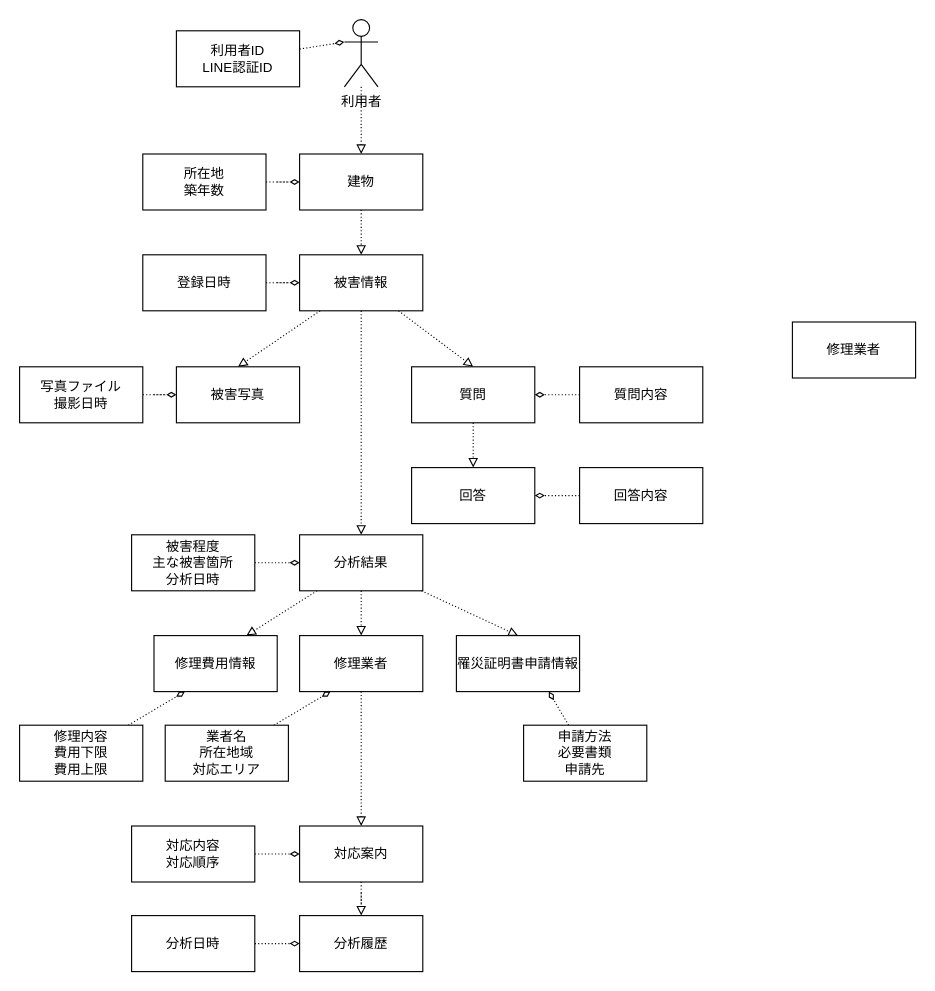
Kotarou-Tanoue/tanouesoftware keeps this draw.io diagram as page "ドメイン仮２" (2 of 2) of 20_システム設計書/地震ドメイン.drawio. Above is the earlier version. Source tidied: cells renumbered, new cells numbered last; positions are measured from the earlier drawing's top-left corner, leaving out a move shared by most shapes. Both pictures are drawn from the tidied source at 112%, with x=0, y=0 at pixel (19, 19).
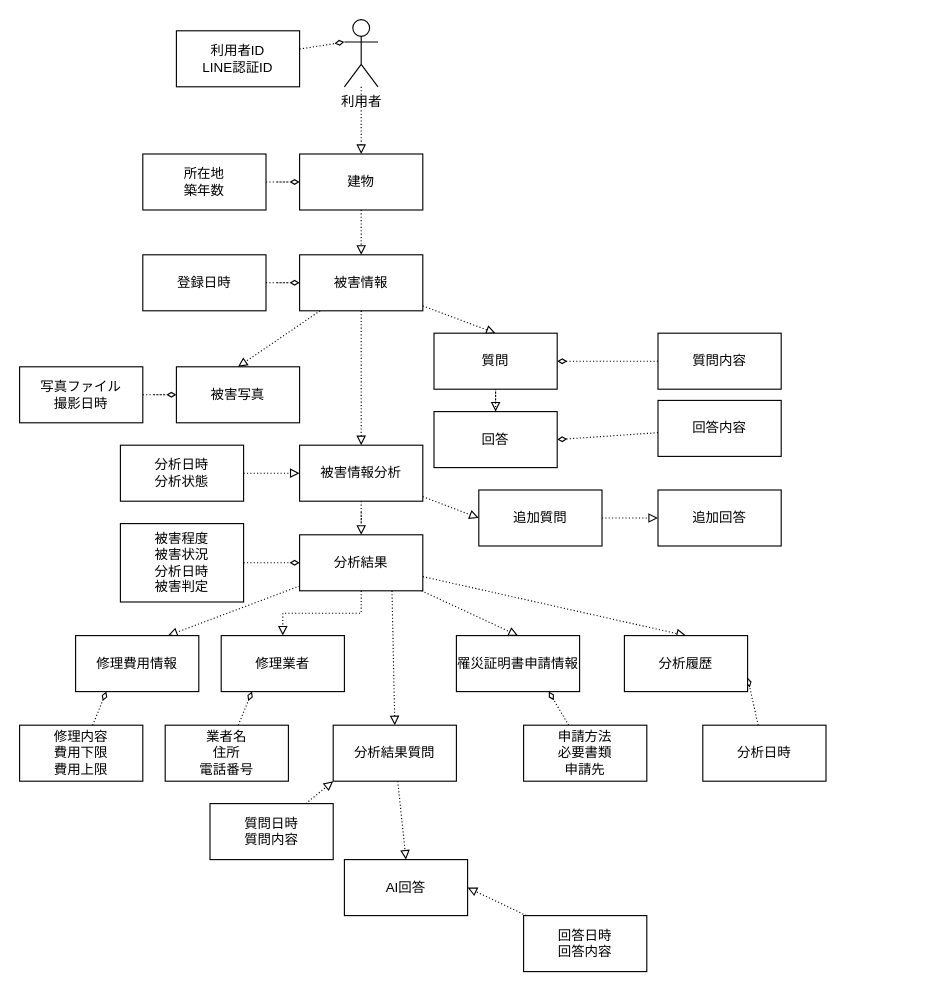
After the change.

Unchanged cells that the change refers to:
```xml
<mxCell id="5" value="被害情報" style="html=1;whiteSpace=wrap;" parent="1" vertex="1">
  <mxGeometry x="250" y="210" width="110" height="50" as="geometry" />
</mxCell>
<mxCell id="12" value="分析結果" style="html=1;whiteSpace=wrap;" parent="1" vertex="1">
  <mxGeometry x="250" y="460" width="110" height="50" as="geometry" />
</mxCell>
```

The edit, as a diff of the source:
```diff
@@
-    <mxCell id="4" style="edgeStyle=orthogonalEdgeStyle;shape=connector;rounded=0;jettySize=auto;html=1;entryX=0.5;entryY=0;entryDx=0;entryDy=0;dashed=1;dashPattern=1 2;strokeColor=default;align=center;verticalAlign=middle;fontFamily=Helvetica;fontSize=11;fontColor=default;labelBackgroundColor=default;endArrow=block;endFill=0;" parent="1" edge="1" source="5" target="12">
+    <mxCell id="4" style="edgeStyle=orthogonalEdgeStyle;shape=connector;rounded=0;jettySize=auto;html=1;entryX=0.5;entryY=0;entryDx=0;entryDy=0;dashed=1;dashPattern=1 2;strokeColor=default;align=center;verticalAlign=middle;fontFamily=Helvetica;fontSize=11;fontColor=default;labelBackgroundColor=default;endArrow=block;endFill=0;" parent="1" edge="1" source="53" target="12">
       <mxGeometry relative="1" as="geometry" />
     </mxCell>
@@
     <mxCell id="8" value="質問" style="html=1;whiteSpace=wrap;" parent="1" vertex="1">
-      <mxGeometry x="350" y="310" width="110" height="50" as="geometry" />
+      <mxGeometry x="370" y="280" width="110" height="50" as="geometry" />
     </mxCell>
@@
+    <mxCell id="50" style="shape=connector;rounded=0;jettySize=auto;html=1;entryX=0.5;entryY=0;entryDx=0;entryDy=0;dashed=1;dashPattern=1 2;strokeColor=default;align=center;verticalAlign=middle;fontFamily=Helvetica;fontSize=11;fontColor=default;labelBackgroundColor=default;endArrow=block;endFill=0;" parent="1" edge="1" source="12" target="13">
+      <mxGeometry relative="1" as="geometry" />
+    </mxCell>
@@
-    <mxCell id="13" value="分析履歴" style="html=1;whiteSpace=wrap;" parent="1" vertex="1">
-      <mxGeometry x="250" y="800" width="110" height="50" as="geometry" />
-    </mxCell>
-    <mxCell id="14" value="修理業者" style="html=1;whiteSpace=wrap;" parent="1" vertex="1">
-      <mxGeometry x="690" y="270" width="110" height="50" as="geometry" />
-    </mxCell>
     <mxCell id="15" value="修理費用情報" style="html=1;whiteSpace=wrap;" parent="1" vertex="1">
-      <mxGeometry x="120" y="550" width="110" height="50" as="geometry" />
+      <mxGeometry x="50" y="550" width="110" height="50" as="geometry" />
     </mxCell>
@@
     <mxCell id="30" value="質問内容" style="html=1;whiteSpace=wrap;" parent="1" vertex="1">
-      <mxGeometry x="500" y="310" width="110" height="50" as="geometry" />
+      <mxGeometry x="570" y="280" width="110" height="50" as="geometry" />
     </mxCell>
     <mxCell id="31" value="回答" style="html=1;whiteSpace=wrap;" parent="1" vertex="1">
-      <mxGeometry x="350" y="400" width="110" height="50" as="geometry" />
+      <mxGeometry x="370" y="350" width="110" height="50" as="geometry" />
     </mxCell>
-    <mxCell id="32" style="edgeStyle=orthogonalEdgeStyle;shape=connector;rounded=0;jettySize=auto;html=1;entryX=1;entryY=0.5;entryDx=0;entryDy=0;dashed=1;dashPattern=1 2;strokeColor=default;align=center;verticalAlign=middle;fontFamily=Helvetica;fontSize=11;fontColor=default;labelBackgroundColor=default;endArrow=diamondThin;endFill=0;" parent="1" edge="1" source="33" target="31">
+    <mxCell id="32" style="shape=connector;rounded=0;jettySize=auto;html=1;entryX=1;entryY=0.5;entryDx=0;entryDy=0;dashed=1;dashPattern=1 2;strokeColor=default;align=center;verticalAlign=middle;fontFamily=Helvetica;fontSize=11;fontColor=default;labelBackgroundColor=default;endArrow=diamondThin;endFill=0;" parent="1" edge="1" source="33" target="31">
       <mxGeometry relative="1" as="geometry" />
     </mxCell>
     <mxCell id="33" value="回答内容" style="html=1;whiteSpace=wrap;" parent="1" vertex="1">
-      <mxGeometry x="500" y="400" width="110" height="50" as="geometry" />
+      <mxGeometry x="570" y="340" width="110" height="50" as="geometry" />
     </mxCell>
@@
-    <mxCell id="35" value="被害程度&lt;div&gt;主な被害箇所&lt;/div&gt;&lt;div&gt;分析日時&lt;/div&gt;" style="html=1;whiteSpace=wrap;" parent="1" vertex="1">
-      <mxGeometry x="100" y="460" width="110" height="50" as="geometry" />
+    <mxCell id="35" value="被害程度&lt;div&gt;被害状況&lt;/div&gt;&lt;div&gt;分析日時&lt;/div&gt;&lt;div&gt;被害判定&lt;/div&gt;" style="html=1;whiteSpace=wrap;" parent="1" vertex="1">
+      <mxGeometry x="90" y="450" width="110" height="70" as="geometry" />
     </mxCell>
@@
-    <mxCell id="38" style="edgeStyle=orthogonalEdgeStyle;shape=connector;rounded=0;jettySize=auto;html=1;entryX=0.5;entryY=0;entryDx=0;entryDy=0;dashed=1;dashPattern=1 2;strokeColor=default;align=center;verticalAlign=middle;fontFamily=Helvetica;fontSize=11;fontColor=default;labelBackgroundColor=default;endArrow=block;endFill=0;" parent="1" edge="1" source="39" target="45">
+    <mxCell id="38" style="shape=connector;rounded=0;jettySize=auto;html=1;entryX=0.5;entryY=0;entryDx=0;entryDy=0;dashed=1;dashPattern=1 2;strokeColor=default;align=center;verticalAlign=middle;fontFamily=Helvetica;fontSize=11;fontColor=default;labelBackgroundColor=default;endArrow=block;endFill=0;exitX=0.75;exitY=1;exitDx=0;exitDy=0;" parent="1" edge="1" source="12" target="57">
       <mxGeometry relative="1" as="geometry" />
     </mxCell>
     <mxCell id="39" value="修理業者" style="html=1;whiteSpace=wrap;" parent="1" vertex="1">
-      <mxGeometry x="250" y="550" width="110" height="50" as="geometry" />
+      <mxGeometry x="180" y="550" width="110" height="50" as="geometry" />
     </mxCell>
@@
-    <mxCell id="41" value="業者名&lt;div&gt;所在地域&lt;/div&gt;&lt;div&gt;対応エリア&lt;/div&gt;" style="html=1;whiteSpace=wrap;" parent="1" vertex="1">
+    <mxCell id="41" value="業者名&lt;div&gt;住所&lt;/div&gt;&lt;div&gt;電話番号&lt;/div&gt;" style="html=1;whiteSpace=wrap;" parent="1" vertex="1">
       <mxGeometry x="130" y="630" width="110" height="50" as="geometry" />
     </mxCell>
@@
-    <mxCell id="44" style="edgeStyle=orthogonalEdgeStyle;shape=connector;rounded=0;jettySize=auto;html=1;dashed=1;dashPattern=1 2;strokeColor=default;align=center;verticalAlign=middle;fontFamily=Helvetica;fontSize=11;fontColor=default;labelBackgroundColor=default;endArrow=block;endFill=0;" parent="1" edge="1" source="45" target="13">
-      <mxGeometry relative="1" as="geometry" />
-    </mxCell>
-    <mxCell id="45" value="対応案内" style="html=1;whiteSpace=wrap;" parent="1" vertex="1">
-      <mxGeometry x="250" y="720" width="110" height="50" as="geometry" />
-    </mxCell>
-    <mxCell id="46" style="shape=connector;rounded=0;jettySize=auto;html=1;entryX=0;entryY=0.5;entryDx=0;entryDy=0;dashed=1;dashPattern=1 2;strokeColor=default;align=center;verticalAlign=middle;fontFamily=Helvetica;fontSize=11;fontColor=default;labelBackgroundColor=default;endArrow=diamondThin;endFill=0;exitX=1;exitY=0.5;exitDx=0;exitDy=0;" parent="1" edge="1" source="47" target="45">
-      <mxGeometry relative="1" as="geometry" />
-    </mxCell>
-    <mxCell id="47" value="対応内容&lt;div&gt;対応順序&lt;/div&gt;" style="html=1;whiteSpace=wrap;" parent="1" vertex="1">
-      <mxGeometry x="100" y="720" width="110" height="50" as="geometry" />
-    </mxCell>
-    <mxCell id="48" style="edgeStyle=orthogonalEdgeStyle;shape=connector;rounded=0;jettySize=auto;html=1;entryX=0;entryY=0.5;entryDx=0;entryDy=0;dashed=1;dashPattern=1 2;strokeColor=default;align=center;verticalAlign=middle;fontFamily=Helvetica;fontSize=11;fontColor=default;labelBackgroundColor=default;endArrow=diamondThin;endFill=0;" parent="1" edge="1" source="49" target="13">
+    <mxCell id="48" style="shape=connector;rounded=0;jettySize=auto;html=1;entryX=1;entryY=0.75;entryDx=0;entryDy=0;dashed=1;dashPattern=1 2;strokeColor=default;align=center;verticalAlign=middle;fontFamily=Helvetica;fontSize=11;fontColor=default;labelBackgroundColor=default;endArrow=diamondThin;endFill=0;" parent="1" edge="1" source="49" target="13">
       <mxGeometry relative="1" as="geometry" />
     </mxCell>
     <mxCell id="49" value="分析日時" style="html=1;whiteSpace=wrap;" parent="1" vertex="1">
-      <mxGeometry x="100" y="800" width="110" height="50" as="geometry" />
+      <mxGeometry x="610" y="630" width="110" height="50" as="geometry" />
     </mxCell>
+    <mxCell id="51" style="edgeStyle=orthogonalEdgeStyle;shape=connector;rounded=0;jettySize=auto;html=1;entryX=0.5;entryY=0;entryDx=0;entryDy=0;dashed=1;dashPattern=1 2;strokeColor=default;align=center;verticalAlign=middle;fontFamily=Helvetica;fontSize=11;fontColor=default;labelBackgroundColor=default;endArrow=block;endFill=0;" parent="1" edge="1" source="5" target="53">
+      <mxGeometry relative="1" as="geometry" />
+    </mxCell>
+    <mxCell id="52" style="shape=connector;rounded=0;jettySize=auto;html=1;entryX=0;entryY=0.5;entryDx=0;entryDy=0;dashed=1;dashPattern=1 2;strokeColor=default;align=center;verticalAlign=middle;fontFamily=Helvetica;fontSize=11;fontColor=default;labelBackgroundColor=default;endArrow=block;endFill=0;" parent="1" edge="1" source="53" target="64">
+      <mxGeometry relative="1" as="geometry" />
+    </mxCell>
+    <mxCell id="53" value="被害情報分析" style="html=1;whiteSpace=wrap;" parent="1" vertex="1">
+      <mxGeometry x="250" y="380" width="110" height="50" as="geometry" />
+    </mxCell>
+    <mxCell id="54" style="edgeStyle=orthogonalEdgeStyle;shape=connector;rounded=0;jettySize=auto;html=1;dashed=1;dashPattern=1 2;strokeColor=default;align=center;verticalAlign=middle;fontFamily=Helvetica;fontSize=11;fontColor=default;labelBackgroundColor=default;endArrow=block;endFill=0;" parent="1" edge="1" source="55" target="53">
+      <mxGeometry relative="1" as="geometry" />
+    </mxCell>
+    <mxCell id="55" value="分析日時&lt;div&gt;分析状態&lt;/div&gt;" style="html=1;whiteSpace=wrap;" parent="1" vertex="1">
+      <mxGeometry x="90" y="380" width="110" height="50" as="geometry" />
+    </mxCell>
+    <mxCell id="13" value="分析履歴" style="html=1;whiteSpace=wrap;" parent="1" vertex="1">
+      <mxGeometry x="540" y="550" width="110" height="50" as="geometry" />
+    </mxCell>
+    <mxCell id="56" style="shape=connector;rounded=0;jettySize=auto;html=1;entryX=0.5;entryY=0;entryDx=0;entryDy=0;dashed=1;dashPattern=1 2;strokeColor=default;align=center;verticalAlign=middle;fontFamily=Helvetica;fontSize=11;fontColor=default;labelBackgroundColor=default;endArrow=block;endFill=0;" parent="1" edge="1" source="57" target="60">
+      <mxGeometry relative="1" as="geometry" />
+    </mxCell>
+    <mxCell id="57" value="分析結果質問" style="html=1;whiteSpace=wrap;" parent="1" vertex="1">
+      <mxGeometry x="280" y="630" width="110" height="50" as="geometry" />
+    </mxCell>
+    <mxCell id="58" style="shape=connector;rounded=0;jettySize=auto;html=1;entryX=0;entryY=1;entryDx=0;entryDy=0;dashed=1;dashPattern=1 2;strokeColor=default;align=center;verticalAlign=middle;fontFamily=Helvetica;fontSize=11;fontColor=default;labelBackgroundColor=default;endArrow=block;endFill=0;" parent="1" edge="1" source="59" target="57">
+      <mxGeometry relative="1" as="geometry" />
+    </mxCell>
+    <mxCell id="59" value="質問日時&lt;div&gt;質問内容&lt;/div&gt;" style="html=1;whiteSpace=wrap;" parent="1" vertex="1">
+      <mxGeometry x="170" y="700" width="110" height="50" as="geometry" />
+    </mxCell>
+    <mxCell id="60" value="AI回答" style="html=1;whiteSpace=wrap;" parent="1" vertex="1">
+      <mxGeometry x="290" y="750" width="110" height="50" as="geometry" />
+    </mxCell>
+    <mxCell id="61" style="shape=connector;rounded=0;jettySize=auto;html=1;entryX=1;entryY=0.5;entryDx=0;entryDy=0;dashed=1;dashPattern=1 2;strokeColor=default;align=center;verticalAlign=middle;fontFamily=Helvetica;fontSize=11;fontColor=default;labelBackgroundColor=default;endArrow=block;endFill=0;" parent="1" edge="1" source="62" target="60">
+      <mxGeometry relative="1" as="geometry" />
+    </mxCell>
+    <mxCell id="62" value="回答日時&lt;div&gt;回答内容&lt;/div&gt;" style="html=1;whiteSpace=wrap;" parent="1" vertex="1">
+      <mxGeometry x="450" y="800" width="110" height="50" as="geometry" />
+    </mxCell>
+    <mxCell id="63" style="edgeStyle=orthogonalEdgeStyle;shape=connector;rounded=0;jettySize=auto;html=1;entryX=0;entryY=0.5;entryDx=0;entryDy=0;dashed=1;dashPattern=1 2;strokeColor=default;align=center;verticalAlign=middle;fontFamily=Helvetica;fontSize=11;fontColor=default;labelBackgroundColor=default;endArrow=block;endFill=0;" parent="1" edge="1" source="64" target="65">
+      <mxGeometry relative="1" as="geometry" />
+    </mxCell>
+    <mxCell id="64" value="追加質問" style="html=1;whiteSpace=wrap;" parent="1" vertex="1">
+      <mxGeometry x="410" y="420" width="110" height="50" as="geometry" />
+    </mxCell>
+    <mxCell id="65" value="追加回答" style="html=1;whiteSpace=wrap;" parent="1" vertex="1">
+      <mxGeometry x="570" y="420" width="110" height="50" as="geometry" />
+    </mxCell>
```
